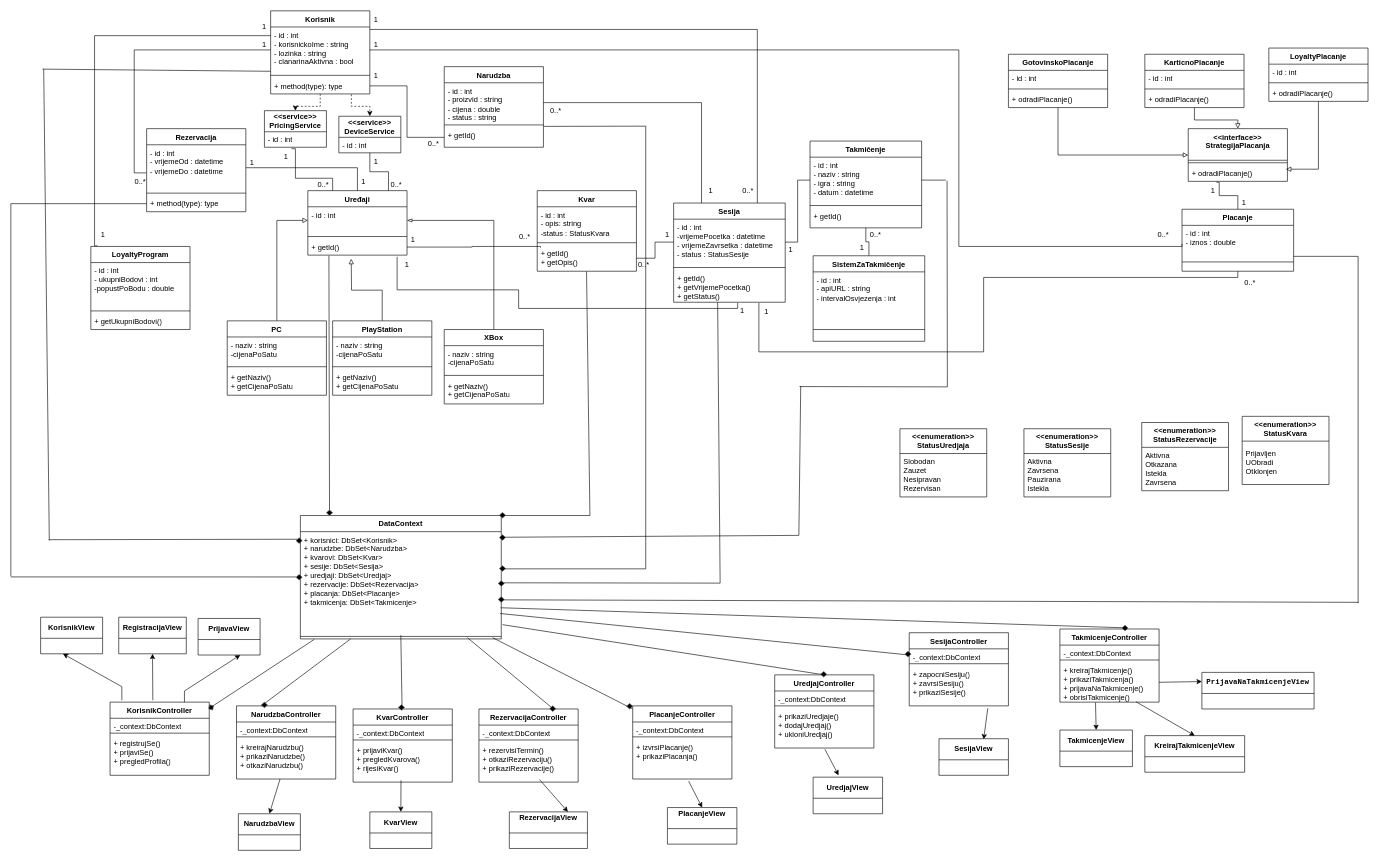
Before: Task 6/MVC.drawio in ooad-2025-26/Grupa3-Tim4, a draw.io diagram. Source tidied: cells renumbered, new cells numbered last; positions are measured from the earlier drawing's top-left corner, leaving out a move shared by most shapes. Both pictures are drawn from the tidied source at 62%, with x=0, y=0 at pixel (11, 11).
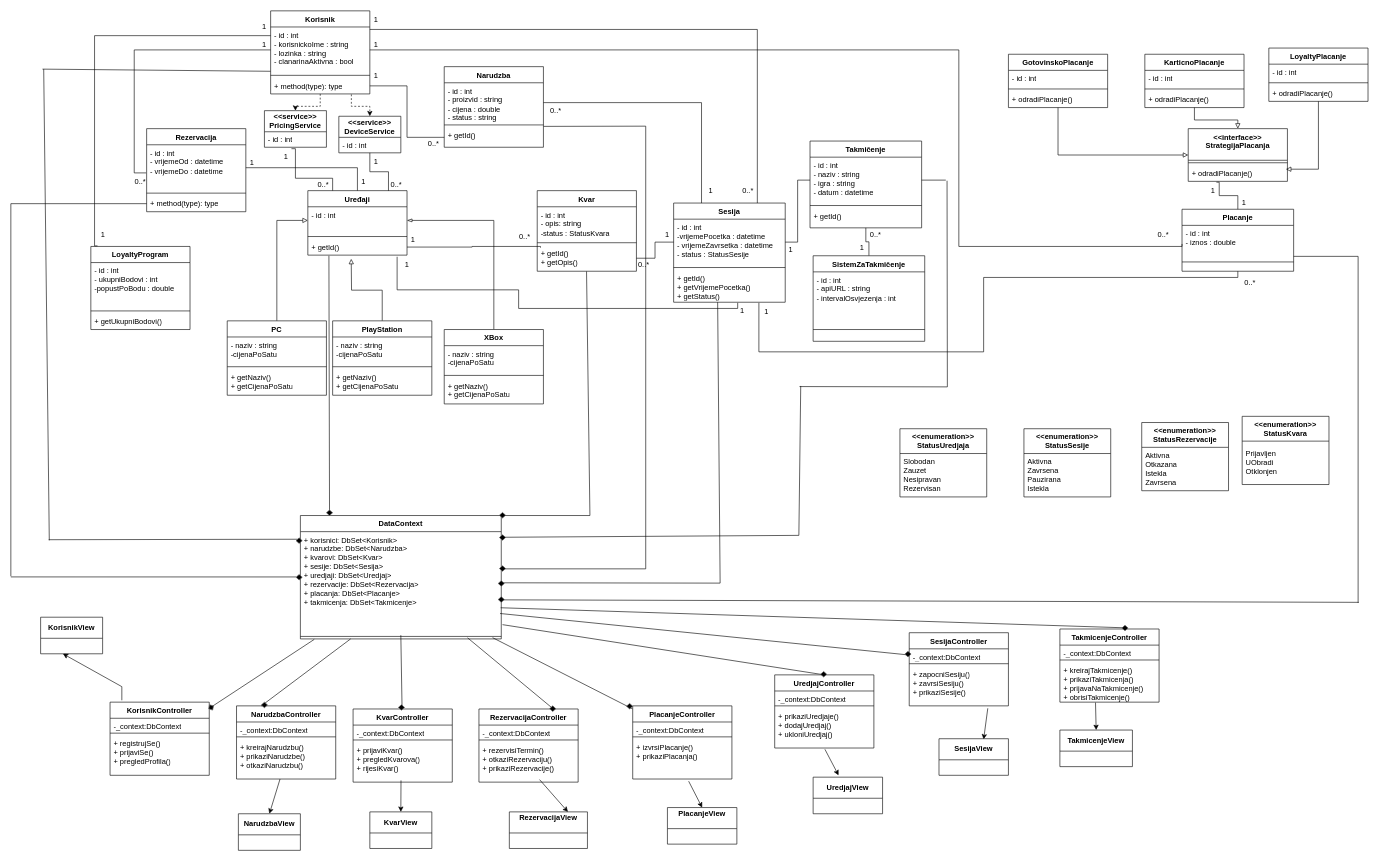
Above is the later version.

The change refers to these unchanged cells:
```xml
<mxCell id="140" value="KorisnikController" style="swimlane;fontStyle=1;align=center;verticalAlign=top;horizontal=1;startSize=26;whiteSpace=wrap;html=1;labelBackgroundColor=none;" parent="1" vertex="1">
  <mxGeometry x="160" y="1115" width="160" height="118" as="geometry" />
</mxCell>
<mxCell id="209" value="+ kreirajTakmicenje()&lt;br&gt;+ prikaziTakmicenja()&lt;br&gt;+ prijavaNaTakmicenje()&lt;br&gt;+ obrisiTakmicenje()" style="text;strokeColor=none;fillColor=none;align=left;verticalAlign=top;spacingLeft=4;spacingRight=4;overflow=hidden;points=[[0,0.5],[1,0.5]];portConstraint=eastwest;whiteSpace=wrap;html=1;labelBackgroundColor=none;" parent="206" vertex="1">
  <mxGeometry y="54" width="160" height="64" as="geometry" />
</mxCell>
```

Change to the diagram source:
```diff
@@
-    <mxCell id="146" value="RegistracijaView" style="swimlane;fontStyle=1;align=center;verticalAlign=middle;horizontal=1;startSize=34;html=1;whiteSpace=wrap;labelBackgroundColor=none;" parent="1" vertex="1">
-      <mxGeometry x="174" y="978" width="109" height="59" as="geometry" />
-    </mxCell>
-    <mxCell id="147" value="PrijavaView" style="swimlane;fontStyle=1;align=center;verticalAlign=middle;horizontal=1;startSize=34;html=1;whiteSpace=wrap;labelBackgroundColor=none;" parent="1" vertex="1">
-      <mxGeometry x="302" y="980" width="100" height="59" as="geometry" />
-    </mxCell>
@@
-    <mxCell id="149" style="endArrow=classic;html=1;rounded=0;entryX=0.5;entryY=1;entryDx=0;entryDy=0;" parent="1" edge="1" target="146">
-      <mxGeometry relative="1" as="geometry">
-        <mxPoint x="229" y="1112" as="sourcePoint" />
-      </mxGeometry>
-    </mxCell>
-    <mxCell id="150" style="endArrow=classic;html=1;rounded=0;exitX=0.75;exitY=0;exitDx=0;exitDy=0;" parent="1" edge="1" source="140">
-      <mxGeometry relative="1" as="geometry">
-        <mxPoint x="370" y="1039" as="targetPoint" />
-        <Array as="points">
-          <mxPoint x="280" y="1097" />
-        </Array>
-      </mxGeometry>
-    </mxCell>
@@
-    <mxCell id="211" value="KreirajTakmicenjeView" style="swimlane;fontStyle=1;align=center;verticalAlign=middle;horizontal=1;startSize=34;html=1;whiteSpace=wrap;labelBackgroundColor=none;" parent="1" vertex="1">
-      <mxGeometry x="1829" y="1169" width="161" height="59" as="geometry" />
-    </mxCell>
-    <mxCell id="212" value="&lt;pre class=&quot;overflow-visible! px-0!&quot;&gt;&lt;div class=&quot;relative w-full mt-4 mb-1&quot;&gt;&lt;div class=&quot;&quot;&gt;&lt;div class=&quot;relative&quot;&gt;&lt;div class=&quot;h-full min-h-0 min-w-0&quot;&gt;&lt;div class=&quot;h-full min-h-0 min-w-0&quot;&gt;&lt;div class=&quot;border border-token-border-light border-radius-3xl corner-superellipse/1.1 rounded-3xl&quot;&gt;&lt;div class=&quot;h-full w-full border-radius-3xl bg-token-bg-elevated-secondary corner-superellipse/1.1 overflow-clip rounded-3xl lxnfua_clipPathFallback&quot;&gt;&lt;div class=&quot;relative&quot;&gt;&lt;div class=&quot;pe-11 pt-3&quot;&gt;&lt;div class=&quot;relative z-0 flex max-w-full&quot;&gt;&lt;div id=&quot;code-block-viewer&quot; dir=&quot;ltr&quot; class=&quot;q9tKkq_viewer cm-editor z-10 light:cm-light dark:cm-light flex h-full w-full flex-col items-stretch ͼs ͼ16&quot;&gt;&lt;div class=&quot;cm-scroller&quot;&gt;&lt;pre class=&quot;cm-content q9tKkq_readonly m-0&quot;&gt;&lt;code&gt;PrijavaNaTakmicenjeView&lt;/code&gt;&lt;/pre&gt;&lt;/div&gt;&lt;/div&gt;&lt;/div&gt;&lt;/div&gt;&lt;/div&gt;&lt;/div&gt;&lt;/div&gt;&lt;/div&gt;&lt;/div&gt;&lt;div class=&quot;&quot;&gt;&lt;div class=&quot;&quot;&gt;&lt;/div&gt;&lt;/div&gt;&lt;/div&gt;&lt;/div&gt;&lt;/div&gt;&lt;/pre&gt;" style="swimlane;fontStyle=1;align=center;verticalAlign=middle;horizontal=1;startSize=34;html=1;whiteSpace=wrap;labelBackgroundColor=none;" parent="1" vertex="1">
-      <mxGeometry x="1921" y="1067" width="181" height="59" as="geometry" />
-    </mxCell>
-    <mxCell id="213" style="endArrow=classic;html=1;rounded=0;entryX=0;entryY=0.25;entryDx=0;entryDy=0;exitX=1;exitY=0.5;exitDx=0;exitDy=0;" parent="1" edge="1" source="209" target="212">
-      <mxGeometry relative="1" as="geometry" />
-    </mxCell>
-    <mxCell id="214" style="endArrow=classic;html=1;rounded=0;entryX=0.5;entryY=0;entryDx=0;entryDy=0;exitX=0.768;exitY=0.991;exitDx=0;exitDy=0;exitPerimeter=0;" parent="1" edge="1" source="209" target="211">
-      <mxGeometry relative="1" as="geometry" />
-    </mxCell>
```
